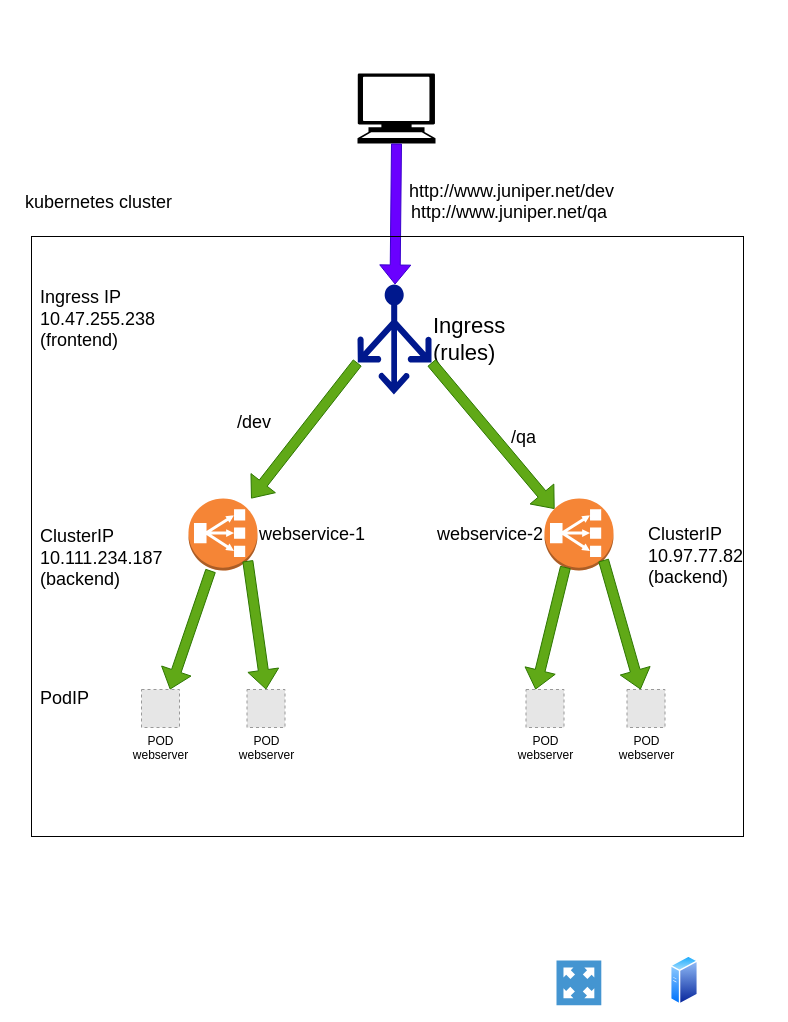
This is diagrams/drawio/ingress-terse-sf.drawio from pinggit/kubernetes-contrail-day-one, a draw.io file, before an edit. Source tidied: cells renumbered, new cells numbered last; positions are measured from the earlier drawing's top-left corner, leaving out a move shared by most shapes. Both pictures are drawn from the tidied source at 100%, with x=0, y=0 at pixel (23, 73). Pictures stored in the file or linked from it are replaced by grey dashed boxes.
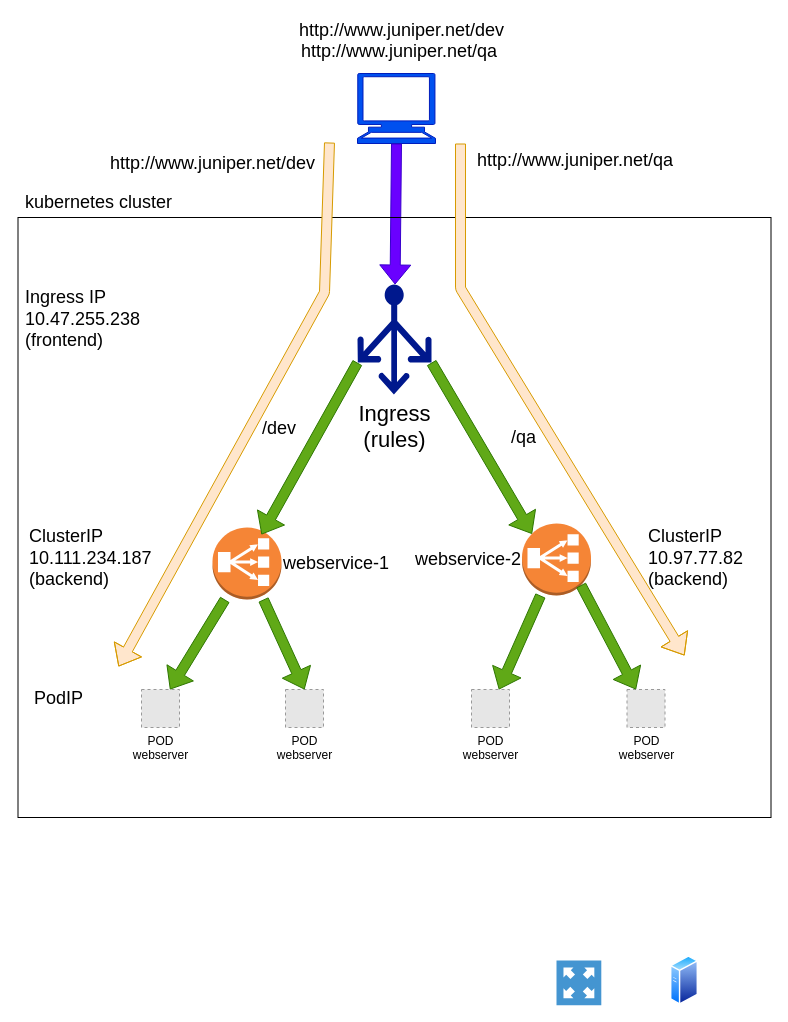
After the change.

Commit message (it also covers changes not shown here):
ch4: update ingress fan-out, replace diagram, etc

Unchanged cells that the change refers to:
```xml
<mxCell id="10" value="POD&lt;br&gt;webserver&lt;br&gt;" style="fillColor=#E6E6E6;strokeColor=#999999;dashed=1;html=1;verticalAlign=top;verticalLabelPosition=bottom;labelBackgroundColor=#ffffff;labelPosition=center;align=center;" parent="1" vertex="1">
  <mxGeometry x="603.5" y="616" width="38" height="38" as="geometry" />
</mxCell>
```

Change to the diagram source:
```diff
@@
-    <mxCell id="3" value="&lt;font style=&quot;font-size: 22px&quot;&gt;Ingress&lt;br&gt;(rules)&lt;br&gt;&lt;/font&gt;" style="shadow=0;dashed=0;html=1;strokeColor=none;labelPosition=right;verticalLabelPosition=middle;verticalAlign=middle;align=left;shape=mxgraph.azure.load_balancer_generic;fillColor=#00188D;" parent="1" vertex="1">
+    <mxCell id="3" value="&lt;font style=&quot;font-size: 22px&quot;&gt;Ingress&lt;br&gt;(rules)&lt;br&gt;&lt;/font&gt;" style="shadow=0;dashed=0;html=1;strokeColor=none;labelPosition=center;verticalLabelPosition=bottom;verticalAlign=top;align=center;shape=mxgraph.azure.load_balancer_generic;fillColor=#00188D;" parent="1" vertex="1">
       <mxGeometry x="334" y="211" width="74" height="110" as="geometry" />
     </mxCell>
     <mxCell id="4" value="&lt;font style=&quot;font-size: 18px&quot;&gt;webservice-1&lt;/font&gt;" style="outlineConnect=0;dashed=0;verticalLabelPosition=middle;verticalAlign=middle;align=left;html=1;shape=mxgraph.aws3.classic_load_balancer;fillColor=#F58536;gradientColor=none;labelPosition=right;" parent="1" vertex="1">
-      <mxGeometry x="165" y="425" width="69" height="72" as="geometry" />
+      <mxGeometry x="189" y="454" width="69" height="72" as="geometry" />
     </mxCell>
     <mxCell id="5" value="webservice-2" style="outlineConnect=0;dashed=0;verticalLabelPosition=middle;verticalAlign=middle;align=right;html=1;shape=mxgraph.aws3.classic_load_balancer;fillColor=#F58536;gradientColor=none;labelPosition=left;fontSize=18;" parent="1" vertex="1">
-      <mxGeometry x="521" y="425" width="69" height="72" as="geometry" />
+      <mxGeometry x="498.5" y="450" width="69" height="72" as="geometry" />
     </mxCell>
@@
     <mxCell id="8" value="POD&lt;br&gt;webserver&lt;br&gt;" style="fillColor=#E6E6E6;strokeColor=#999999;dashed=1;html=1;verticalAlign=top;verticalLabelPosition=bottom;labelBackgroundColor=#ffffff;labelPosition=center;align=center;" parent="1" vertex="1">
-      <mxGeometry x="223.5" y="616" width="38" height="38" as="geometry" />
+      <mxGeometry x="262" y="616" width="38" height="38" as="geometry" />
     </mxCell>
     <mxCell id="9" value="POD&lt;br&gt;webserver&lt;br&gt;" style="fillColor=#E6E6E6;strokeColor=#999999;dashed=1;html=1;verticalAlign=top;verticalLabelPosition=bottom;labelBackgroundColor=#ffffff;labelPosition=center;align=center;" parent="1" vertex="1">
-      <mxGeometry x="502.5" y="616" width="38" height="38" as="geometry" />
+      <mxGeometry x="448" y="616" width="38" height="38" as="geometry" />
     </mxCell>
@@
-    <mxCell id="11" style="shape=flexArrow;endArrow=classic;html=1;exitX=0;exitY=0.71;exitDx=0;exitDy=0;exitPerimeter=0;fillColor=#60a917;strokeColor=#2D7600;" parent="1" edge="1" source="3" target="4">
-      <mxGeometry relative="1" as="geometry" />
+    <mxCell id="11" style="shape=flexArrow;endArrow=classic;html=1;exitX=0;exitY=0.71;exitDx=0;exitDy=0;exitPerimeter=0;fillColor=#60a917;strokeColor=#2D7600;" parent="1" edge="1" source="3">
+      <mxGeometry relative="1" as="geometry">
+        <mxPoint x="238" y="461" as="targetPoint" />
+      </mxGeometry>
     </mxCell>
@@
-    <mxCell id="14" style="edgeStyle=none;rounded=0;jettySize=auto;html=1;endArrow=none;endFill=0;startArrow=classic;startFill=1;verticalAlign=middle;shape=flexArrow;fillColor=#60a917;strokeColor=#2D7600;entryX=0.855;entryY=0.855;entryDx=0;entryDy=0;entryPerimeter=0;exitX=0.5;exitY=0;exitDx=0;exitDy=0;" parent="1" edge="1" source="8">
-      <mxGeometry relative="1" as="geometry">
-        <mxPoint x="224.3" y="487.3" as="targetPoint" />
-      </mxGeometry>
+    <mxCell id="14" style="edgeStyle=none;rounded=0;jettySize=auto;html=1;endArrow=none;endFill=0;startArrow=classic;startFill=1;verticalAlign=middle;shape=flexArrow;fillColor=#60a917;strokeColor=#2D7600;exitX=0.5;exitY=0;exitDx=0;exitDy=0;" parent="1" edge="1" source="8" target="4">
+      <mxGeometry relative="1" as="geometry" />
     </mxCell>
-    <mxCell id="15" style="edgeStyle=none;rounded=0;jettySize=auto;html=1;endArrow=none;endFill=0;startArrow=classic;startFill=1;exitX=0.25;exitY=0;exitDx=0;exitDy=0;verticalAlign=middle;shape=flexArrow;fillColor=#60a917;strokeColor=#2D7600;" parent="1" edge="1" source="9">
-      <mxGeometry relative="1" as="geometry">
-        <mxPoint x="542" y="493.5" as="targetPoint" />
-      </mxGeometry>
+    <mxCell id="15" style="edgeStyle=none;rounded=0;jettySize=auto;html=1;endArrow=none;endFill=0;startArrow=classic;startFill=1;verticalAlign=middle;shape=flexArrow;fillColor=#60a917;strokeColor=#2D7600;" parent="1" edge="1" source="9" target="5">
+      <mxGeometry relative="1" as="geometry" />
     </mxCell>
-    <mxCell id="16" style="edgeStyle=none;rounded=0;jettySize=auto;html=1;endArrow=none;endFill=0;startArrow=classic;startFill=1;verticalAlign=middle;shape=flexArrow;entryX=0.855;entryY=0.855;entryDx=0;entryDy=0;entryPerimeter=0;fillColor=#60a917;strokeColor=#2D7600;" parent="1" edge="1" source="10" target="5">
+    <mxCell id="16" style="edgeStyle=none;rounded=0;jettySize=auto;html=1;endArrow=none;endFill=0;startArrow=classic;startFill=1;verticalAlign=middle;shape=flexArrow;fillColor=#60a917;strokeColor=#2D7600;entryX=0.855;entryY=0.855;entryDx=0;entryDy=0;entryPerimeter=0;" parent="1" edge="1" source="10" target="5">
       <mxGeometry relative="1" as="geometry" />
     </mxCell>
-    <mxCell id="17" style="shape=mxgraph.signs.tech.computer;html=1;fillColor=#000000;strokeColor=none;verticalLabelPosition=bottom;verticalAlign=top;align=center;" parent="1" vertex="1">
+    <mxCell id="17" style="shape=mxgraph.signs.tech.computer;html=1;fillColor=#0050ef;strokeColor=#001DBC;verticalLabelPosition=bottom;verticalAlign=top;align=center;fontColor=#ffffff;" parent="1" vertex="1">
       <mxGeometry x="334" width="78" height="70" as="geometry" />
     </mxCell>
@@
     <mxCell id="19" value="Ingress IP&lt;br&gt;10.47.255.238&lt;br&gt;(frontend)" style="text;html=1;align=left;verticalAlign=top;spacingTop=-4;fontSize=18;" parent="1" vertex="1">
-      <mxGeometry x="14.5" y="211" width="126" height="63" as="geometry" />
+      <mxGeometry x="-0.5" y="211" width="126" height="63" as="geometry" />
     </mxCell>
     <mxCell id="20" value="ClusterIP&lt;br&gt;10.111.234.187&lt;br&gt;(backend)" style="text;html=1;align=left;verticalAlign=top;spacingTop=-4;fontSize=18;" parent="1" vertex="1">
-      <mxGeometry x="14.5" y="450" width="133" height="63" as="geometry" />
+      <mxGeometry x="3.5" y="450" width="133" height="63" as="geometry" />
     </mxCell>
     <mxCell id="21" value="PodIP" style="text;html=1;align=left;verticalAlign=top;spacingTop=-4;fontSize=18;" parent="1" vertex="1">
-      <mxGeometry x="14.5" y="612" width="59" height="22" as="geometry" />
+      <mxGeometry x="8.5" y="612" width="59" height="22" as="geometry" />
     </mxCell>
@@
     <mxCell id="24" value="/dev" style="text;html=1;align=left;verticalAlign=top;spacingTop=-4;fontSize=18;" parent="1" vertex="1">
-      <mxGeometry x="212" y="335.5" width="44" height="22" as="geometry" />
+      <mxGeometry x="237" y="341.5" width="44" height="22" as="geometry" />
     </mxCell>
     <mxCell id="25" value="http://www.juniper.net/dev" style="text;html=1;align=left;verticalAlign=top;spacingTop=-4;fontSize=18;" parent="1" vertex="1">
-      <mxGeometry x="383.5" y="105" width="215" height="22" as="geometry" />
+      <mxGeometry x="273.5" y="-56" width="215" height="22" as="geometry" />
     </mxCell>
     <mxCell id="26" value="http://www.juniper.net/qa" style="text;html=1;align=left;verticalAlign=top;spacingTop=-4;fontSize=18;" parent="1" vertex="1">
-      <mxGeometry x="385.5" y="126" width="206" height="22" as="geometry" />
+      <mxGeometry x="275.5" y="-35" width="206" height="22" as="geometry" />
     </mxCell>
     <mxCell id="27" value="ClusterIP&lt;br&gt;10.97.77.82&lt;br&gt;(backend)" style="text;html=1;align=left;verticalAlign=top;spacingTop=-4;fontSize=18;" parent="1" vertex="1">
-      <mxGeometry x="622.5" y="448" width="105" height="63" as="geometry" />
+      <mxGeometry x="622.5" y="450" width="105" height="63" as="geometry" />
     </mxCell>
     <mxCell id="28" style="rounded=0;whiteSpace=wrap;html=1;fontSize=18;fillColor=none;" parent="1" vertex="1">
-      <mxGeometry x="8" y="163" width="712" height="600" as="geometry" />
+      <mxGeometry x="-5.5" y="144" width="753" height="600" as="geometry" />
     </mxCell>
+    <mxCell id="29" style="shape=flexArrow;endArrow=classic;html=1;fillColor=#ffe6cc;strokeColor=#d79b00;" parent="1" edge="1">
+      <mxGeometry relative="1" as="geometry">
+        <mxPoint x="306" y="69" as="sourcePoint" />
+        <mxPoint x="95" y="593" as="targetPoint" />
+        <Array as="points">
+          <mxPoint x="301" y="219" />
+        </Array>
+      </mxGeometry>
+    </mxCell>
+    <mxCell id="30" style="shape=flexArrow;endArrow=classic;html=1;fillColor=#ffe6cc;strokeColor=#d79b00;" parent="1" edge="1">
+      <mxGeometry relative="1" as="geometry">
+        <mxPoint x="437" y="70" as="sourcePoint" />
+        <mxPoint x="661" y="582" as="targetPoint" />
+        <Array as="points">
+          <mxPoint x="437" y="215" />
+        </Array>
+      </mxGeometry>
+    </mxCell>
+    <mxCell id="31" value="http://www.juniper.net/dev" style="text;html=1;align=left;verticalAlign=top;spacingTop=-4;fontSize=18;" parent="1" vertex="1">
+      <mxGeometry x="84.5" y="76.5" width="215" height="22" as="geometry" />
+    </mxCell>
+    <mxCell id="32" value="http://www.juniper.net/qa" style="text;html=1;align=left;verticalAlign=top;spacingTop=-4;fontSize=18;" parent="1" vertex="1">
+      <mxGeometry x="451.5" y="73.5" width="206" height="22" as="geometry" />
+    </mxCell>
```
